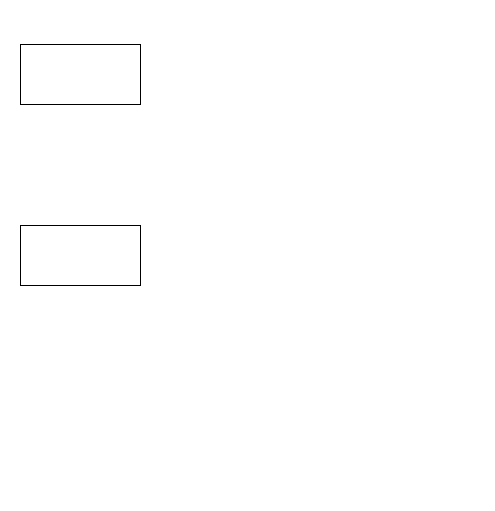
careock/diagrams keeps this draw.io diagram as page "архитектура" (5 of 5) of аналог профи ру (нет).drawio. Above is the earlier version. Source tidied: cells renumbered, new cells numbered last; positions are measured from the earlier drawing's top-left corner, leaving out a move shared by most shapes. Both pictures are drawn from the tidied source at 100%, with x=0, y=0 at pixel (20, 44).
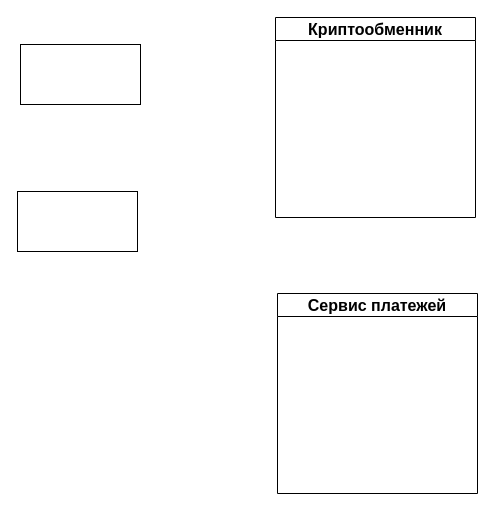
After the change.

The edit, as a diff of the source:
```diff
@@
 <mxGraphModel>
   <root>
     <mxCell id="0" />
     <mxCell id="1" parent="0" />
-    <mxCell id="2" style="rounded=0;whiteSpace=wrap;html=1;fontSize=16;" parent="1" vertex="1">
-      <mxGeometry y="181" width="120" height="60" as="geometry" />
-    </mxCell>
     <mxCell id="3" style="rounded=0;whiteSpace=wrap;html=1;fontSize=16;" parent="1" vertex="1">
       <mxGeometry width="120" height="60" as="geometry" />
     </mxCell>
+    <mxCell id="4" style="rounded=0;whiteSpace=wrap;html=1;fontSize=16;" parent="1" vertex="1">
+      <mxGeometry x="-3" y="147" width="120" height="60" as="geometry" />
+    </mxCell>
+    <mxCell id="5" value="Криптообменник" style="swimlane;whiteSpace=wrap;html=1;fontSize=16;" parent="1" vertex="1">
+      <mxGeometry x="255" y="-27" width="200" height="200" as="geometry" />
+    </mxCell>
+    <mxCell id="6" value="Сервис платежей" style="swimlane;whiteSpace=wrap;html=1;fontSize=16;" parent="1" vertex="1">
+      <mxGeometry x="257" y="249" width="200" height="200" as="geometry" />
+    </mxCell>
   </root>
 </mxGraphModel>
```
